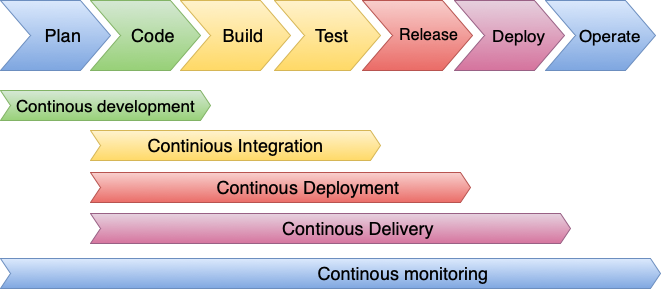
This is png/devops.png from chukava/Bachelors-Thesis, a draw.io export, as it was before one commit. Source tidied: cells renumbered, new cells last; positions are measured from the earlier drawing's top-left corner, leaving out a move shared by most shapes. The source it was exported from:
```xml
<mxGraphModel>
  <root>
    <mxCell id="0" />
    <mxCell id="1" parent="0" />
    <mxCell id="2" value="&lt;font style=&quot;font-size: 18px;&quot;&gt;&amp;nbsp; &amp;nbsp;Plan&lt;/font&gt;" style="html=1;shadow=0;dashed=0;align=center;verticalAlign=middle;shape=mxgraph.arrows2.arrow;dy=0;dx=30;notch=30;fillColor=#dae8fc;gradientColor=#7ea6e0;strokeColor=#6c8ebf;" parent="1" vertex="1">
      <mxGeometry width="110" height="70" as="geometry" />
    </mxCell>
    <mxCell id="3" value="&lt;font style=&quot;font-size: 18px;&quot;&gt;&amp;nbsp; &amp;nbsp;Code&lt;/font&gt;" style="html=1;shadow=0;dashed=0;align=center;verticalAlign=middle;shape=mxgraph.arrows2.arrow;dy=0;dx=30;notch=30;fillColor=#d5e8d4;gradientColor=#97d077;strokeColor=#82b366;" parent="1" vertex="1">
      <mxGeometry x="90" width="110" height="70" as="geometry" />
    </mxCell>
    <mxCell id="4" value="&lt;font style=&quot;font-size: 18px;&quot;&gt;&amp;nbsp; &amp;nbsp;Build&lt;/font&gt;" style="html=1;shadow=0;dashed=0;align=center;verticalAlign=middle;shape=mxgraph.arrows2.arrow;dy=0;dx=30;notch=30;fillColor=#fff2cc;gradientColor=#ffd966;strokeColor=#d6b656;" parent="1" vertex="1">
      <mxGeometry x="180" width="110" height="70" as="geometry" />
    </mxCell>
    <mxCell id="5" value="&lt;font size=&quot;1&quot;&gt;&amp;nbsp; &amp;nbsp;&lt;/font&gt;&lt;font style=&quot;font-size: 18px;&quot;&gt;Test&lt;/font&gt;" style="html=1;shadow=0;dashed=0;align=center;verticalAlign=middle;shape=mxgraph.arrows2.arrow;dy=0;dx=30;notch=30;fillColor=#fff2cc;gradientColor=#ffd966;strokeColor=#d6b656;" parent="1" vertex="1">
      <mxGeometry x="274" width="106" height="70" as="geometry" />
    </mxCell>
    <mxCell id="6" value="&lt;font style=&quot;font-size: 16px;&quot;&gt;&amp;nbsp; &amp;nbsp; &amp;nbsp;Release&lt;/font&gt;" style="html=1;shadow=0;dashed=0;align=center;verticalAlign=middle;shape=mxgraph.arrows2.arrow;dy=0;dx=30;notch=30;fillColor=#f8cecc;gradientColor=#ea6b66;strokeColor=#b85450;" parent="1" vertex="1">
      <mxGeometry x="362" width="110" height="70" as="geometry" />
    </mxCell>
    <mxCell id="7" value="&lt;font style=&quot;font-size: 17px;&quot;&gt;&amp;nbsp; &amp;nbsp; Operate&lt;/font&gt;" style="html=1;shadow=0;dashed=0;align=center;verticalAlign=middle;shape=mxgraph.arrows2.arrow;dy=0;dx=30;notch=30;fillColor=#dae8fc;gradientColor=#7ea6e0;strokeColor=#6c8ebf;" parent="1" vertex="1">
      <mxGeometry x="545" width="110" height="70" as="geometry" />
    </mxCell>
    <mxCell id="8" value="&lt;font style=&quot;font-size: 17px;&quot;&gt;&amp;nbsp;&amp;nbsp; &amp;nbsp;Deploy&lt;/font&gt;" style="html=1;shadow=0;dashed=0;align=center;verticalAlign=middle;shape=mxgraph.arrows2.arrow;dy=0;dx=30;notch=30;fillColor=#e6d0de;gradientColor=#d5739d;strokeColor=#996185;" parent="1" vertex="1">
      <mxGeometry x="454" width="110" height="70" as="geometry" />
    </mxCell>
    <mxCell id="9" value="&lt;font style=&quot;font-size: 18px;&quot;&gt;Continious Integration&lt;/font&gt;" style="html=1;shadow=0;dashed=0;align=center;verticalAlign=middle;shape=mxgraph.arrows2.arrow;dy=0;dx=10;notch=10;fillColor=#fff2cc;gradientColor=#ffd966;strokeColor=#d6b656;" parent="1" vertex="1">
      <mxGeometry x="90" y="130" width="290" height="30" as="geometry" />
    </mxCell>
    <mxCell id="10" value="&lt;font style=&quot;font-size: 18px;&quot;&gt;&amp;nbsp; &amp;nbsp; &amp;nbsp; &amp;nbsp; &amp;nbsp; &amp;nbsp;Continous Delivery&lt;/font&gt;" style="html=1;shadow=0;dashed=0;align=center;verticalAlign=middle;shape=mxgraph.arrows2.arrow;dy=0;dx=10;notch=10;fillColor=#e6d0de;gradientColor=#d5739d;strokeColor=#996185;" parent="1" vertex="1">
      <mxGeometry x="90" y="213" width="480" height="30" as="geometry" />
    </mxCell>
    <mxCell id="11" value="&lt;font style=&quot;font-size: 18px;&quot;&gt;&amp;nbsp; &amp;nbsp; &amp;nbsp; &amp;nbsp; &amp;nbsp; &amp;nbsp; &amp;nbsp; &amp;nbsp; &amp;nbsp; &amp;nbsp; &amp;nbsp; &amp;nbsp; &amp;nbsp; &amp;nbsp; &amp;nbsp;Continous monitoring&lt;/font&gt;" style="html=1;shadow=0;dashed=0;align=center;verticalAlign=middle;shape=mxgraph.arrows2.arrow;dy=0;dx=10;notch=10;fillColor=#dae8fc;gradientColor=#7ea6e0;strokeColor=#6c8ebf;" parent="1" vertex="1">
      <mxGeometry y="258" width="660" height="30" as="geometry" />
    </mxCell>
    <mxCell id="12" value="&lt;font style=&quot;font-size: 18px;&quot;&gt;&amp;nbsp; &amp;nbsp; &amp;nbsp; &amp;nbsp; &amp;nbsp; &amp;nbsp;Continous Deployment&lt;/font&gt;" style="html=1;shadow=0;dashed=0;align=center;verticalAlign=middle;shape=mxgraph.arrows2.arrow;dy=0;dx=10;notch=10;fillColor=#f8cecc;gradientColor=#ea6b66;strokeColor=#b85450;" parent="1" vertex="1">
      <mxGeometry x="90" y="172" width="380" height="30" as="geometry" />
    </mxCell>
    <mxCell id="13" value="&lt;font style=&quot;font-size: 17px;&quot;&gt;Continous development&lt;/font&gt;" style="html=1;shadow=0;dashed=0;align=center;verticalAlign=middle;shape=mxgraph.arrows2.arrow;dy=0;dx=10;notch=10;fillColor=#d5e8d4;gradientColor=#97d077;strokeColor=#82b366;" parent="1" vertex="1">
      <mxGeometry y="90" width="210" height="30" as="geometry" />
    </mxCell>
  </root>
</mxGraphModel>
```
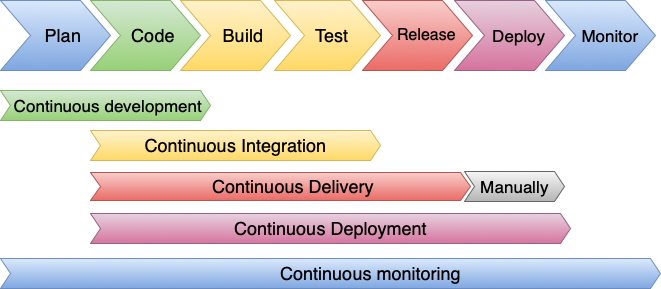
Later version of the same file.

Commit message:
DevOps part 2, and grammar correction

Diff of the diagram source:
```diff
@@ -14,29 +14,32 @@
     <mxCell id="5" value="&lt;font size=&quot;1&quot;&gt;&amp;nbsp; &amp;nbsp;&lt;/font&gt;&lt;font style=&quot;font-size: 18px;&quot;&gt;Test&lt;/font&gt;" style="html=1;shadow=0;dashed=0;align=center;verticalAlign=middle;shape=mxgraph.arrows2.arrow;dy=0;dx=30;notch=30;fillColor=#fff2cc;gradientColor=#ffd966;strokeColor=#d6b656;" parent="1" vertex="1">
       <mxGeometry x="274" width="106" height="70" as="geometry" />
     </mxCell>
-    <mxCell id="6" value="&lt;font style=&quot;font-size: 16px;&quot;&gt;&amp;nbsp; &amp;nbsp; &amp;nbsp;Release&lt;/font&gt;" style="html=1;shadow=0;dashed=0;align=center;verticalAlign=middle;shape=mxgraph.arrows2.arrow;dy=0;dx=30;notch=30;fillColor=#f8cecc;gradientColor=#ea6b66;strokeColor=#b85450;" parent="1" vertex="1">
+    <mxCell id="6" value="&lt;font style=&quot;font-size: 16px;&quot;&gt;&amp;nbsp; &amp;nbsp; Release&lt;/font&gt;" style="html=1;shadow=0;dashed=0;align=center;verticalAlign=middle;shape=mxgraph.arrows2.arrow;dy=0;dx=30;notch=30;fillColor=#f8cecc;gradientColor=#ea6b66;strokeColor=#b85450;" parent="1" vertex="1">
       <mxGeometry x="362" width="110" height="70" as="geometry" />
     </mxCell>
-    <mxCell id="7" value="&lt;font style=&quot;font-size: 17px;&quot;&gt;&amp;nbsp; &amp;nbsp; Operate&lt;/font&gt;" style="html=1;shadow=0;dashed=0;align=center;verticalAlign=middle;shape=mxgraph.arrows2.arrow;dy=0;dx=30;notch=30;fillColor=#dae8fc;gradientColor=#7ea6e0;strokeColor=#6c8ebf;" parent="1" vertex="1">
+    <mxCell id="7" value="&lt;font style=&quot;font-size: 17px;&quot;&gt;&amp;nbsp; &amp;nbsp; Monitor&lt;/font&gt;" style="html=1;shadow=0;dashed=0;align=center;verticalAlign=middle;shape=mxgraph.arrows2.arrow;dy=0;dx=30;notch=30;fillColor=#dae8fc;gradientColor=#7ea6e0;strokeColor=#6c8ebf;" parent="1" vertex="1">
       <mxGeometry x="545" width="110" height="70" as="geometry" />
     </mxCell>
     <mxCell id="8" value="&lt;font style=&quot;font-size: 17px;&quot;&gt;&amp;nbsp;&amp;nbsp; &amp;nbsp;Deploy&lt;/font&gt;" style="html=1;shadow=0;dashed=0;align=center;verticalAlign=middle;shape=mxgraph.arrows2.arrow;dy=0;dx=30;notch=30;fillColor=#e6d0de;gradientColor=#d5739d;strokeColor=#996185;" parent="1" vertex="1">
       <mxGeometry x="454" width="110" height="70" as="geometry" />
     </mxCell>
-    <mxCell id="9" value="&lt;font style=&quot;font-size: 18px;&quot;&gt;Continious Integration&lt;/font&gt;" style="html=1;shadow=0;dashed=0;align=center;verticalAlign=middle;shape=mxgraph.arrows2.arrow;dy=0;dx=10;notch=10;fillColor=#fff2cc;gradientColor=#ffd966;strokeColor=#d6b656;" parent="1" vertex="1">
+    <mxCell id="9" value="&lt;font style=&quot;font-size: 18px;&quot;&gt;Continuous Integration&lt;/font&gt;" style="html=1;shadow=0;dashed=0;align=center;verticalAlign=middle;shape=mxgraph.arrows2.arrow;dy=0;dx=10;notch=10;fillColor=#fff2cc;gradientColor=#ffd966;strokeColor=#d6b656;" parent="1" vertex="1">
       <mxGeometry x="90" y="130" width="290" height="30" as="geometry" />
     </mxCell>
-    <mxCell id="10" value="&lt;font style=&quot;font-size: 18px;&quot;&gt;&amp;nbsp; &amp;nbsp; &amp;nbsp; &amp;nbsp; &amp;nbsp; &amp;nbsp;Continous Delivery&lt;/font&gt;" style="html=1;shadow=0;dashed=0;align=center;verticalAlign=middle;shape=mxgraph.arrows2.arrow;dy=0;dx=10;notch=10;fillColor=#e6d0de;gradientColor=#d5739d;strokeColor=#996185;" parent="1" vertex="1">
+    <mxCell id="10" value="&lt;font style=&quot;font-size: 18px;&quot;&gt;&lt;font style=&quot;font-size: 18px;&quot;&gt;Continuous&amp;nbsp;&lt;/font&gt;&lt;font style=&quot;font-size: 18px;&quot;&gt;Deployment&lt;/font&gt;&lt;/font&gt;" style="html=1;shadow=0;dashed=0;align=center;verticalAlign=middle;shape=mxgraph.arrows2.arrow;dy=0;dx=10;notch=10;fillColor=#e6d0de;gradientColor=#d5739d;strokeColor=#996185;" parent="1" vertex="1">
       <mxGeometry x="90" y="213" width="480" height="30" as="geometry" />
     </mxCell>
-    <mxCell id="11" value="&lt;font style=&quot;font-size: 18px;&quot;&gt;&amp;nbsp; &amp;nbsp; &amp;nbsp; &amp;nbsp; &amp;nbsp; &amp;nbsp; &amp;nbsp; &amp;nbsp; &amp;nbsp; &amp;nbsp; &amp;nbsp; &amp;nbsp; &amp;nbsp; &amp;nbsp; &amp;nbsp;Continous monitoring&lt;/font&gt;" style="html=1;shadow=0;dashed=0;align=center;verticalAlign=middle;shape=mxgraph.arrows2.arrow;dy=0;dx=10;notch=10;fillColor=#dae8fc;gradientColor=#7ea6e0;strokeColor=#6c8ebf;" parent="1" vertex="1">
+    <mxCell id="11" value="&lt;font style=&quot;font-size: 18px;&quot;&gt;&amp;nbsp; &amp;nbsp; &amp;nbsp; &amp;nbsp; &amp;nbsp; &amp;nbsp; &amp;nbsp; &amp;nbsp; Continuous monitoring&lt;/font&gt;" style="html=1;shadow=0;dashed=0;align=center;verticalAlign=middle;shape=mxgraph.arrows2.arrow;dy=0;dx=10;notch=10;fillColor=#dae8fc;gradientColor=#7ea6e0;strokeColor=#6c8ebf;" parent="1" vertex="1">
       <mxGeometry y="258" width="660" height="30" as="geometry" />
     </mxCell>
-    <mxCell id="12" value="&lt;font style=&quot;font-size: 18px;&quot;&gt;&amp;nbsp; &amp;nbsp; &amp;nbsp; &amp;nbsp; &amp;nbsp; &amp;nbsp;Continous Deployment&lt;/font&gt;" style="html=1;shadow=0;dashed=0;align=center;verticalAlign=middle;shape=mxgraph.arrows2.arrow;dy=0;dx=10;notch=10;fillColor=#f8cecc;gradientColor=#ea6b66;strokeColor=#b85450;" parent="1" vertex="1">
-      <mxGeometry x="90" y="172" width="380" height="30" as="geometry" />
+    <mxCell id="12" value="&lt;font style=&quot;font-size: 18px;&quot;&gt;&amp;nbsp; &amp;nbsp; &amp;nbsp;Continuous&amp;nbsp;Delivery&lt;br&gt;&lt;/font&gt;" style="html=1;shadow=0;dashed=0;align=center;verticalAlign=middle;shape=mxgraph.arrows2.arrow;dy=0;dx=10;notch=10;fillColor=#f8cecc;gradientColor=#ea6b66;strokeColor=#b85450;" parent="1" vertex="1">
+      <mxGeometry x="90" y="172" width="380" height="28" as="geometry" />
     </mxCell>
-    <mxCell id="13" value="&lt;font style=&quot;font-size: 17px;&quot;&gt;Continous development&lt;/font&gt;" style="html=1;shadow=0;dashed=0;align=center;verticalAlign=middle;shape=mxgraph.arrows2.arrow;dy=0;dx=10;notch=10;fillColor=#d5e8d4;gradientColor=#97d077;strokeColor=#82b366;" parent="1" vertex="1">
+    <mxCell id="13" value="&lt;font style=&quot;font-size: 17px;&quot;&gt;&amp;nbsp;Continuous development&lt;/font&gt;" style="html=1;shadow=0;dashed=0;align=center;verticalAlign=middle;shape=mxgraph.arrows2.arrow;dy=0;dx=10;notch=10;fillColor=#d5e8d4;gradientColor=#97d077;strokeColor=#82b366;" parent="1" vertex="1">
       <mxGeometry y="90" width="210" height="30" as="geometry" />
     </mxCell>
+    <mxCell id="14" value="&lt;font style=&quot;font-size: 17px;&quot;&gt;Manually&lt;/font&gt;" style="html=1;shadow=0;dashed=0;align=center;verticalAlign=middle;shape=mxgraph.arrows2.arrow;dy=0;dx=10;notch=10;fillColor=#f5f5f5;gradientColor=#b3b3b3;strokeColor=#666666;" parent="1" vertex="1">
+      <mxGeometry x="464" y="171" width="100" height="30" as="geometry" />
+    </mxCell>
   </root>
 </mxGraphModel>
```
